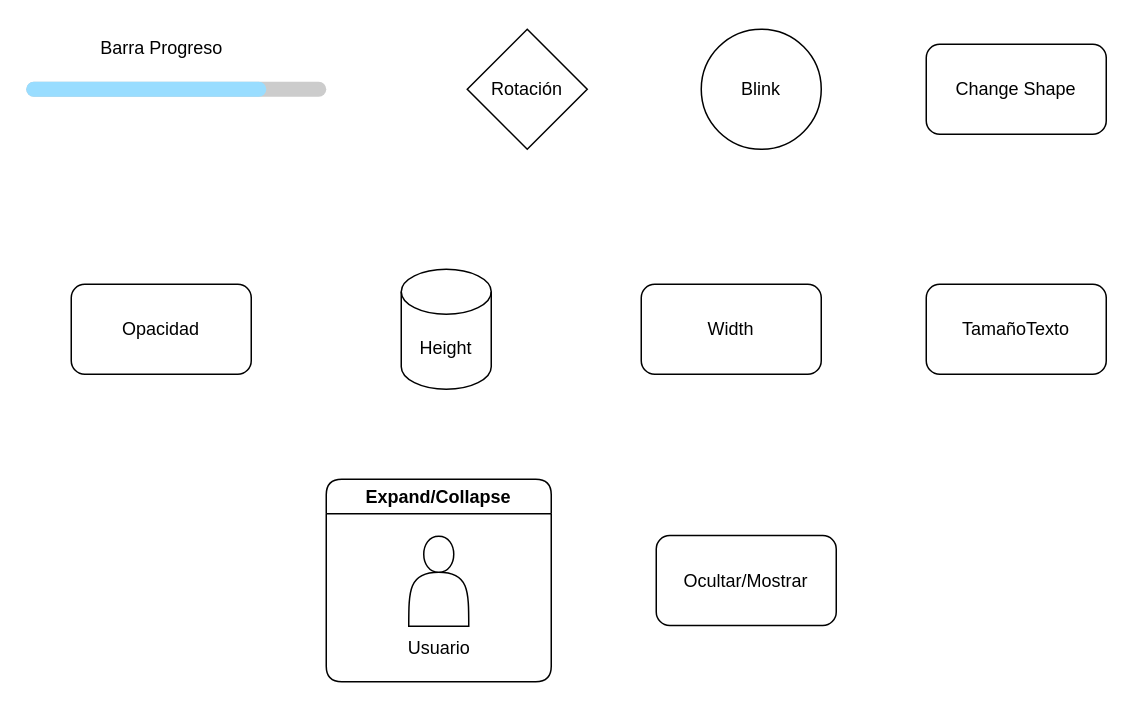
This is diagrams/xml/Events_Animation.drawio.xml from GATORU-ACADEMY/Curso-FlowCharting-Principiante-2023, a draw.io file, before an edit. Source tidied: cells renumbered, new cells numbered last; positions are measured from the earlier drawing's top-left corner, leaving out a move shared by most shapes. Both pictures are drawn from the tidied source at 150%, with x=0, y=0 at pixel (26, 26).
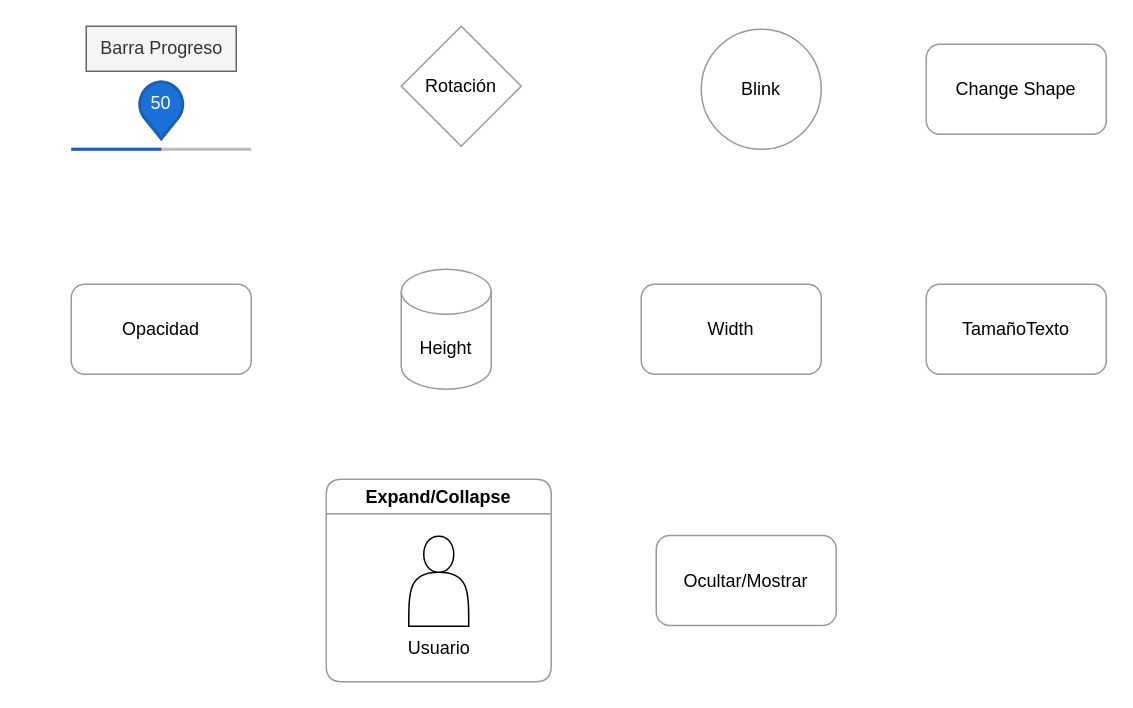
Above is the later version.

The edit, as a diff of the source:
```diff
@@
 <mxGraphModel>
   <root>
     <mxCell id="0" />
     <mxCell id="1" parent="0" />
-    <mxCell id="2" style="verticalLabelPosition=bottom;shadow=0;dashed=0;align=center;html=1;verticalAlign=top;strokeWidth=1;shape=mxgraph.mockup.misc.progressBar;fillColor=#cccccc;strokeColor=none;fillColor2=#99ddff;barPos=80;" parent="1" vertex="1">
-      <mxGeometry y="32" width="200" height="20" as="geometry" />
-    </mxCell>
-    <mxCell id="3" value="Rotación" style="rhombus;whiteSpace=wrap;html=1;backgroundOutline=1;" parent="1" vertex="1">
-      <mxGeometry x="294" y="2" width="80" height="80" as="geometry" />
+    <mxCell id="3" value="Rotación" style="rhombus;whiteSpace=wrap;html=1;backgroundOutline=1;strokeColor=#9a9996;" parent="1" vertex="1">
+      <mxGeometry x="250" width="80" height="80" as="geometry" />
     </mxCell>
-    <mxCell id="4" value="Blink" style="ellipse;whiteSpace=wrap;html=1;backgroundOutline=1;" parent="1" vertex="1">
+    <mxCell id="4" value="Blink" style="ellipse;whiteSpace=wrap;html=1;backgroundOutline=1;strokeColor=#9a9996;" parent="1" vertex="1">
       <mxGeometry x="450" y="2" width="80" height="80" as="geometry" />
     </mxCell>
-    <mxCell id="5" value="Change Shape" style="rounded=1;whiteSpace=wrap;html=1;backgroundOutline=1;" parent="1" vertex="1">
+    <mxCell id="5" value="Change Shape" style="rounded=1;whiteSpace=wrap;html=1;backgroundOutline=1;strokeColor=#9a9996;" parent="1" vertex="1">
       <mxGeometry x="600" y="12" width="120" height="60" as="geometry" />
     </mxCell>
-    <mxCell id="6" value="Height" style="shape=cylinder3;whiteSpace=wrap;html=1;boundedLbl=1;backgroundOutline=1;size=15;rotation=0;" parent="1" vertex="1">
+    <mxCell id="6" value="Height" style="shape=cylinder3;whiteSpace=wrap;html=1;boundedLbl=1;backgroundOutline=1;size=15;rotation=0;strokeColor=#9a9996;" parent="1" vertex="1">
       <mxGeometry x="250" y="162" width="60" height="80" as="geometry" />
     </mxCell>
-    <mxCell id="7" value="Width" style="rounded=1;whiteSpace=wrap;html=1;backgroundOutline=1;" parent="1" vertex="1">
+    <mxCell id="7" value="Width" style="rounded=1;whiteSpace=wrap;html=1;backgroundOutline=1;strokeColor=#9a9996;" parent="1" vertex="1">
       <mxGeometry x="410" y="172" width="120" height="60" as="geometry" />
     </mxCell>
-    <mxCell id="8" value="Opacidad" style="rounded=1;whiteSpace=wrap;html=1;fixedWidth=0;backgroundOutline=1;" parent="1" vertex="1">
+    <mxCell id="8" value="Opacidad" style="rounded=1;whiteSpace=wrap;html=1;fixedWidth=0;backgroundOutline=1;strokeColor=#9a9996;" parent="1" vertex="1">
       <mxGeometry x="30" y="172" width="120" height="60" as="geometry" />
     </mxCell>
-    <mxCell id="9" value="TamañoTexto" style="rounded=1;whiteSpace=wrap;html=1;" parent="1" vertex="1">
+    <mxCell id="9" value="TamañoTexto" style="rounded=1;whiteSpace=wrap;html=1;strokeColor=#9a9996;" parent="1" vertex="1">
       <mxGeometry x="600" y="172" width="120" height="60" as="geometry" />
     </mxCell>
-    <mxCell id="10" value="&lt;div&gt;Barra Progreso&lt;/div&gt;" style="text;html=1;align=center;verticalAlign=middle;strokeColor=none;fillColor=none;" parent="1" vertex="1">
+    <mxCell id="10" value="&lt;div&gt;Barra Progreso&lt;/div&gt;" style="text;html=1;align=center;verticalAlign=middle;strokeColor=#666666;fillColor=#f5f5f5;fontColor=#333333;" parent="1" vertex="1">
       <mxGeometry x="40" width="100" height="30" as="geometry" />
     </mxCell>
-    <mxCell id="11" value="Expand/Collapse" style="swimlane;whiteSpace=wrap;html=1;rounded=1;" parent="1" vertex="1">
+    <mxCell id="11" value="Expand/Collapse" style="swimlane;whiteSpace=wrap;html=1;rounded=1;strokeColor=#9a9996;" parent="1" vertex="1">
       <mxGeometry x="200" y="302" width="150" height="135" as="geometry" />
     </mxCell>
     <mxCell id="12" style="shape=actor;whiteSpace=wrap;html=1;" parent="11" vertex="1">
       <mxGeometry x="55" y="38" width="40" height="60" as="geometry" />
     </mxCell>
     <mxCell id="13" value="Usuario" style="text;html=1;align=center;verticalAlign=middle;strokeColor=none;fillColor=none;" parent="11" vertex="1">
       <mxGeometry x="45" y="98" width="60" height="30" as="geometry" />
     </mxCell>
-    <mxCell id="14" value="Ocultar/Mostrar" style="rounded=1;whiteSpace=wrap;html=1;noLabel=0;" parent="1" vertex="1">
+    <mxCell id="14" value="Ocultar/Mostrar" style="rounded=1;whiteSpace=wrap;html=1;noLabel=0;strokeColor=#9a9996;" parent="1" vertex="1">
       <mxGeometry x="420" y="339.5" width="120" height="60" as="geometry" />
     </mxCell>
+    <mxCell id="15" style="dashed=0;verticalLabelPosition=bottom;verticalAlign=top;align=center;shape=mxgraph.gmdl.sliderDiscrete;barPos=50;strokeColor=#1a5fb4;opacity=100;strokeWidth=2;fillColor=#1c71d8;handleSize=10;shadow=0;fontSize=12;fontColor=#ffffff;" parent="1" vertex="1">
+      <mxGeometry x="30" y="37" width="120" height="45" as="geometry" />
+    </mxCell>
   </root>
 </mxGraphModel>
```
